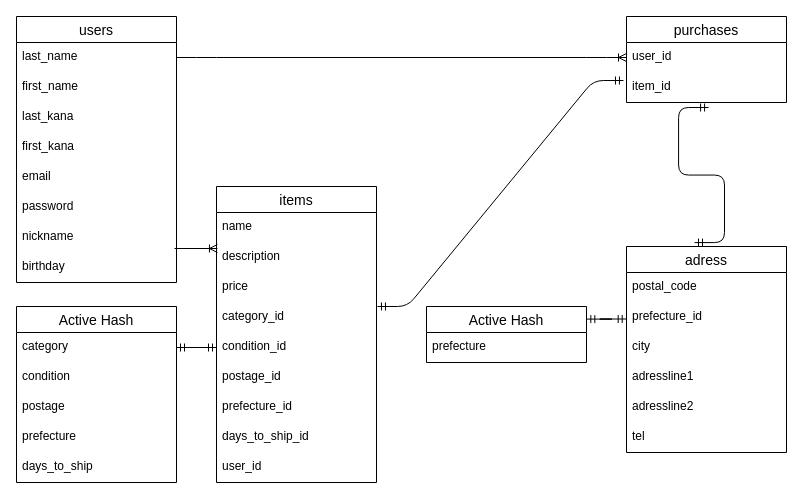
Before: furima.dio in Saki9120/furima-32156, a draw.io diagram. Source tidied: cells renumbered, new cells numbered last; positions are measured from the earlier drawing's top-left corner, leaving out a move shared by most shapes. Both pictures are drawn from the tidied source at 100%, with x=0, y=0 at pixel (16, 16).
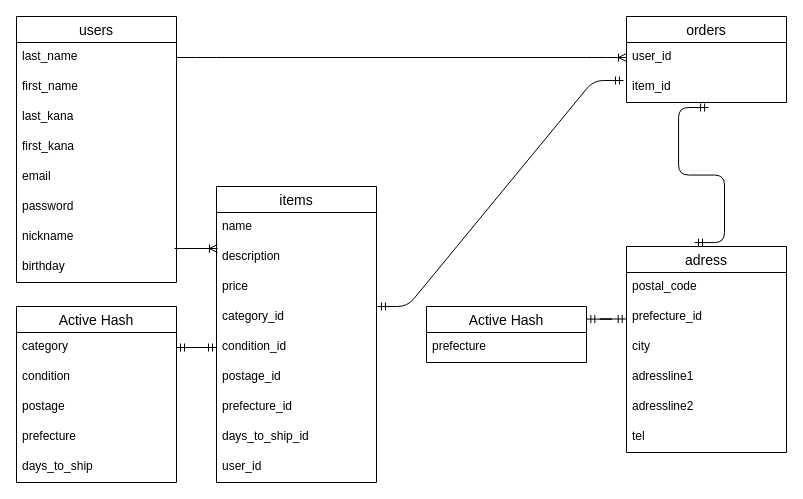
The same page after the edit.

Diff of the diagram source:
```diff
@@
-    <mxCell id="14" value="purchases" style="swimlane;fontStyle=0;horizontal=1;startSize=26;align=center;fontSize=14;" parent="1" vertex="1">
+    <mxCell id="14" value="orders" style="swimlane;fontStyle=0;horizontal=1;startSize=26;align=center;fontSize=14;" parent="1" vertex="1">
       <mxGeometry x="610" width="160" height="86" as="geometry" />
     </mxCell>
```
